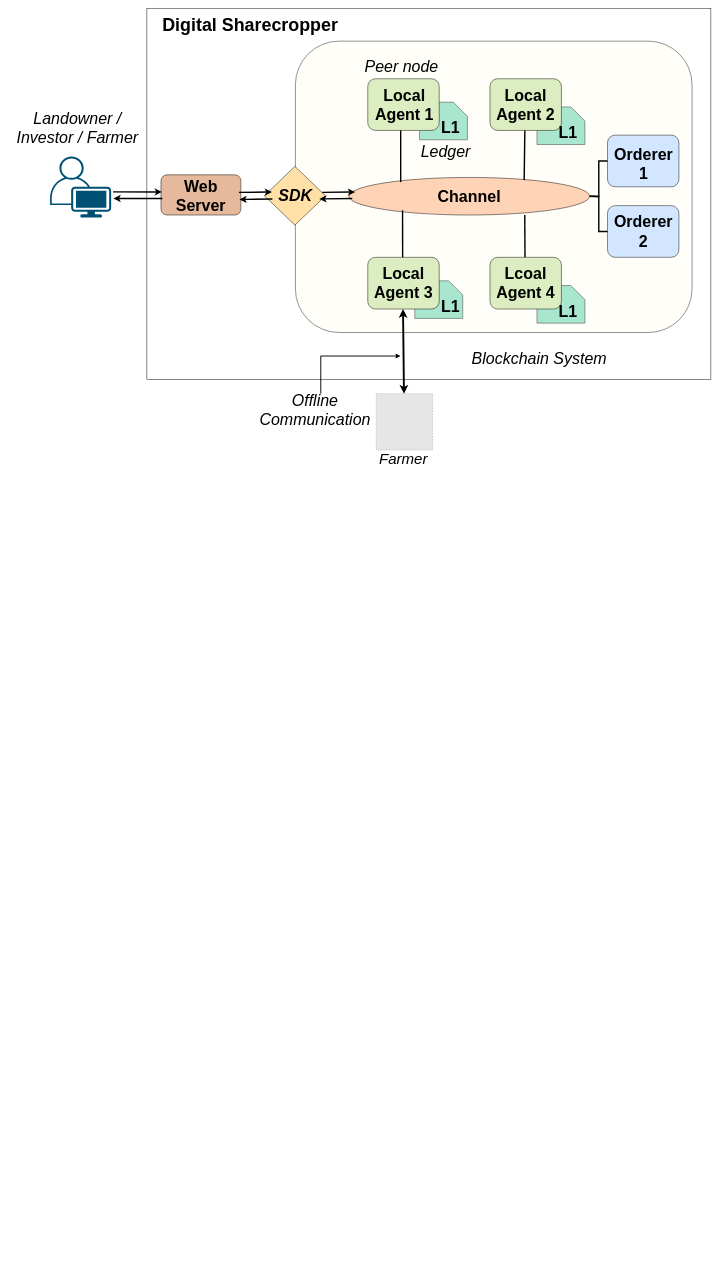
This is page "Page-2" (2 of 4) of files/Fabric-Diagrams.drawio from Arif-Shahriar028/draw.io, a draw.io file, before an edit. Source tidied: cells renumbered, new cells numbered last; positions are measured from the earlier drawing's top-left corner, leaving out a move shared by most shapes. Both pictures are drawn from the tidied source at 47%, with x=0, y=0 at pixel (8, 8). Pictures stored in the file or linked from it are replaced by grey dashed boxes.
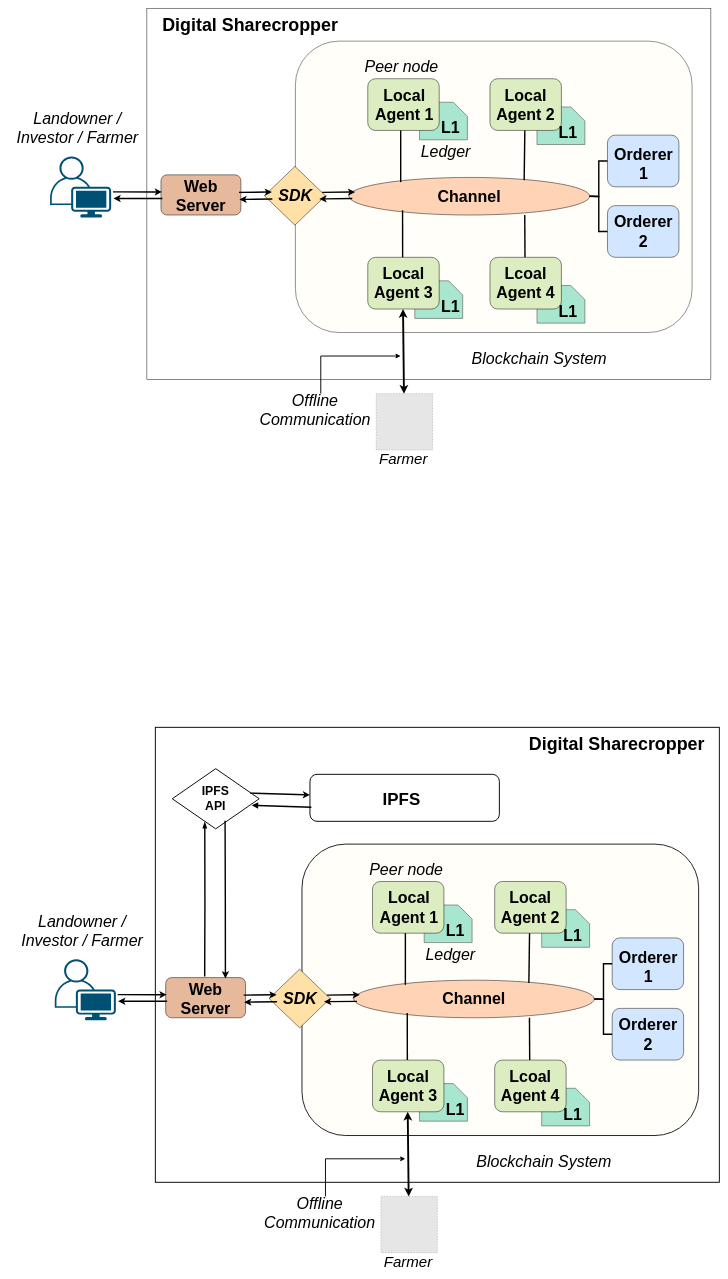
After the change.

Change to the diagram source:
```diff
@@
+    <mxCell id="53" style="rounded=0;whiteSpace=wrap;html=1;strokeWidth=2;fontStyle=2;fontSize=32;" parent="1" vertex="1">
+      <mxGeometry x="313" y="1530" width="1200" height="968" as="geometry" />
+    </mxCell>
+    <mxCell id="54" style="rounded=1;whiteSpace=wrap;html=1;fontStyle=2;fontSize=32;fillColor=#FFFEF9;fontColor=#333333;strokeColor=#1A1A1A;strokeWidth=2;" parent="1" vertex="1">
+      <mxGeometry x="625" y="1778.5" width="844" height="620" as="geometry" />
+    </mxCell>
+    <mxCell id="55" style="shape=card;whiteSpace=wrap;html=1;direction=south;fillColor=#a8e6cf;gradientColor=none;strokeColor=#333333;fontStyle=2;fontSize=34;" parent="1" vertex="1">
+      <mxGeometry x="1135" y="2298" width="102" height="80" as="geometry" />
+    </mxCell>
+    <mxCell id="56" style="shape=card;whiteSpace=wrap;html=1;direction=south;fillColor=#a8e6cf;gradientColor=none;strokeColor=#333333;fontStyle=2;fontSize=34;" parent="1" vertex="1">
+      <mxGeometry x="875" y="2288" width="102" height="80" as="geometry" />
+    </mxCell>
+    <mxCell id="57" style="shape=card;whiteSpace=wrap;html=1;direction=south;fillColor=#a8e6cf;gradientColor=none;strokeColor=#333333;fontStyle=2;fontSize=34;" parent="1" vertex="1">
+      <mxGeometry x="1135" y="1918" width="102" height="80" as="geometry" />
+    </mxCell>
+    <mxCell id="58" style="shape=card;whiteSpace=wrap;html=1;direction=south;fillColor=#a8e6cf;strokeColor=#333333;gradientColor=none;fontStyle=2;fontSize=34;" parent="1" vertex="1">
+      <mxGeometry x="885" y="1908" width="102" height="80" as="geometry" />
+    </mxCell>
+    <mxCell id="59" value="&lt;font style=&quot;font-size: 34px;&quot;&gt;Channel&lt;/font&gt;" style="ellipse;whiteSpace=wrap;html=1;fillColor=#ffd3b6;strokeColor=#000000;gradientColor=none;fontStyle=1;fontSize=34;" parent="1" vertex="1">
+      <mxGeometry x="735" y="2068" width="512" height="80" as="geometry" />
+    </mxCell>
+    <mxCell id="60" style="rounded=1;whiteSpace=wrap;html=1;fillColor=#dcedc1;fontStyle=2;fontSize=34;" parent="1" vertex="1">
+      <mxGeometry x="775" y="1858" width="152" height="110" as="geometry" />
+    </mxCell>
+    <mxCell id="61" style="rounded=1;whiteSpace=wrap;html=1;fillColor=#dcedc1;fontStyle=2;fontSize=34;" parent="1" vertex="1">
+      <mxGeometry x="1035" y="1858" width="152" height="110" as="geometry" />
+    </mxCell>
+    <mxCell id="62" style="rounded=1;whiteSpace=wrap;html=1;fillColor=#DCEDC1;fontStyle=2;fontSize=34;" parent="1" vertex="1">
+      <mxGeometry x="775" y="2238" width="152" height="110" as="geometry" />
+    </mxCell>
+    <mxCell id="63" style="rounded=1;whiteSpace=wrap;html=1;fillColor=#dcedc1;fontStyle=2;fontSize=34;" parent="1" vertex="1">
+      <mxGeometry x="1035" y="2238" width="152" height="110" as="geometry" />
+    </mxCell>
+    <mxCell id="64" style="rounded=1;whiteSpace=wrap;html=1;fillColor=#D2E7FF;strokeColor=#000000;gradientColor=none;fontStyle=2;fontSize=34;" parent="1" vertex="1">
+      <mxGeometry x="1285" y="1978" width="152" height="110" as="geometry" />
+    </mxCell>
+    <mxCell id="65" style="rhombus;whiteSpace=wrap;html=1;fillColor=#FFE1A8;gradientColor=none;strokeColor=#000000;fontStyle=2;fontSize=34;" parent="1" vertex="1">
+      <mxGeometry x="555" y="2044.5" width="130" height="125" as="geometry" />
+    </mxCell>
+    <mxCell id="66" value="&lt;font style=&quot;font-size: 34px;&quot;&gt;&lt;span style=&quot;font-size: 34px;&quot;&gt;SDK&lt;/span&gt;&lt;/font&gt;" style="text;html=1;strokeColor=none;fillColor=none;align=center;verticalAlign=middle;whiteSpace=wrap;rounded=0;fontStyle=3;fontSize=34;" parent="1" vertex="1">
+      <mxGeometry x="590" y="2092" width="62" height="30" as="geometry" />
+    </mxCell>
+    <mxCell id="67" value="&lt;font style=&quot;font-size: 34px;&quot;&gt;&lt;span style=&quot;font-size: 34px;&quot;&gt;Local Agent 1&lt;/span&gt;&lt;/font&gt;" style="text;html=1;strokeColor=none;fillColor=none;align=center;verticalAlign=middle;whiteSpace=wrap;rounded=0;fontStyle=1;fontSize=34;" parent="1" vertex="1">
+      <mxGeometry x="777" y="1898" width="152" height="30" as="geometry" />
+    </mxCell>
+    <mxCell id="68" value="&lt;font style=&quot;font-size: 34px;&quot;&gt;&lt;span style=&quot;font-size: 34px;&quot;&gt;Local Agent 2&lt;/span&gt;&lt;/font&gt;" style="text;html=1;strokeColor=none;fillColor=none;align=center;verticalAlign=middle;whiteSpace=wrap;rounded=0;fontStyle=1;fontSize=34;" parent="1" vertex="1">
+      <mxGeometry x="1045" y="1898" width="132" height="30" as="geometry" />
+    </mxCell>
+    <mxCell id="69" value="&lt;font style=&quot;font-size: 34px;&quot;&gt;&lt;span style=&quot;font-size: 34px;&quot;&gt;Local Agent 3&lt;/span&gt;&lt;/font&gt;" style="text;html=1;strokeColor=none;fillColor=none;align=center;verticalAlign=middle;whiteSpace=wrap;rounded=0;fontStyle=1;fontSize=34;" parent="1" vertex="1">
+      <mxGeometry x="785" y="2278" width="132" height="30" as="geometry" />
+    </mxCell>
+    <mxCell id="70" value="&lt;font style=&quot;font-size: 34px;&quot;&gt;&lt;span style=&quot;font-size: 34px;&quot;&gt;Lcoal Agent 4&lt;/span&gt;&lt;br style=&quot;font-size: 34px;&quot;&gt;&lt;/font&gt;" style="text;html=1;strokeColor=none;fillColor=none;align=center;verticalAlign=middle;whiteSpace=wrap;rounded=0;fontStyle=1;fontSize=34;" parent="1" vertex="1">
+      <mxGeometry x="1045" y="2278" width="132" height="30" as="geometry" />
+    </mxCell>
+    <mxCell id="71" value="&lt;span style=&quot;font-size: 34px;&quot;&gt;&lt;span style=&quot;font-size: 34px;&quot;&gt;L1&lt;/span&gt;&lt;/span&gt;" style="text;html=1;strokeColor=none;fillColor=none;align=center;verticalAlign=middle;whiteSpace=wrap;rounded=0;fontStyle=1;fontSize=34;" parent="1" vertex="1">
+      <mxGeometry x="905" y="1948" width="92" height="30" as="geometry" />
+    </mxCell>
+    <mxCell id="72" value="&lt;span style=&quot;font-size: 34px;&quot;&gt;&lt;span style=&quot;font-size: 34px;&quot;&gt;L1&lt;/span&gt;&lt;/span&gt;" style="text;html=1;strokeColor=none;fillColor=none;align=center;verticalAlign=middle;whiteSpace=wrap;rounded=0;fontStyle=1;fontSize=34;" parent="1" vertex="1">
+      <mxGeometry x="1155" y="1958" width="92" height="30" as="geometry" />
+    </mxCell>
+    <mxCell id="73" value="&lt;span style=&quot;font-size: 34px;&quot;&gt;&lt;span style=&quot;font-size: 34px;&quot;&gt;L1&lt;/span&gt;&lt;/span&gt;" style="text;html=1;strokeColor=none;fillColor=none;align=center;verticalAlign=middle;whiteSpace=wrap;rounded=0;fontStyle=1;fontSize=34;" parent="1" vertex="1">
+      <mxGeometry x="1155" y="2338" width="92" height="30" as="geometry" />
+    </mxCell>
+    <mxCell id="74" value="&lt;span style=&quot;font-size: 34px;&quot;&gt;&lt;span style=&quot;font-size: 34px;&quot;&gt;L1&lt;/span&gt;&lt;/span&gt;" style="text;html=1;strokeColor=none;fillColor=none;align=center;verticalAlign=middle;whiteSpace=wrap;rounded=0;fontStyle=1;fontSize=34;" parent="1" vertex="1">
+      <mxGeometry x="905" y="2328" width="92" height="30" as="geometry" />
+    </mxCell>
+    <mxCell id="75" value="&lt;font style=&quot;font-size: 34px;&quot;&gt;&lt;span style=&quot;font-size: 34px;&quot;&gt;Peer node&lt;/span&gt;&lt;/font&gt;" style="text;html=1;strokeColor=none;fillColor=none;align=center;verticalAlign=middle;whiteSpace=wrap;rounded=0;fontStyle=2;fontSize=34;" parent="1" vertex="1">
+      <mxGeometry x="715" y="1818" width="264" height="30" as="geometry" />
+    </mxCell>
+    <mxCell id="76" value="&lt;span style=&quot;font-size: 34px;&quot;&gt;Ledger&lt;/span&gt;" style="text;html=1;strokeColor=none;fillColor=none;align=center;verticalAlign=middle;whiteSpace=wrap;rounded=0;fontStyle=2;fontSize=34;" parent="1" vertex="1">
+      <mxGeometry x="895" y="1998" width="92" height="30" as="geometry" />
+    </mxCell>
+    <mxCell id="77" value="&lt;font style=&quot;font-size: 34px;&quot;&gt;&lt;span style=&quot;font-size: 34px;&quot;&gt;Orderer 1&lt;/span&gt;&lt;/font&gt;" style="text;html=1;strokeColor=none;fillColor=none;align=center;verticalAlign=middle;whiteSpace=wrap;rounded=0;fontStyle=1;fontSize=34;" parent="1" vertex="1">
+      <mxGeometry x="1291" y="2023.5" width="142" height="30" as="geometry" />
+    </mxCell>
+    <mxCell id="78" style="endArrow=none;html=1;rounded=0;strokeWidth=3;fontStyle=2;fontSize=34;" parent="1" edge="1">
+      <mxGeometry relative="1" as="geometry">
+        <mxPoint x="845" y="2078" as="sourcePoint" />
+        <mxPoint x="845" y="1968" as="targetPoint" />
+      </mxGeometry>
+    </mxCell>
+    <mxCell id="79" style="endArrow=none;html=1;rounded=0;strokeWidth=3;exitX=0.728;exitY=0.072;exitDx=0;exitDy=0;exitPerimeter=0;fontStyle=2;fontSize=34;" parent="1" edge="1" source="59">
+      <mxGeometry relative="1" as="geometry">
+        <mxPoint x="1109.2" y="1968" as="targetPoint" />
+      </mxGeometry>
+    </mxCell>
+    <mxCell id="80" style="endArrow=none;html=1;rounded=0;strokeWidth=3;fontStyle=2;fontSize=34;" parent="1" edge="1">
+      <mxGeometry relative="1" as="geometry">
+        <mxPoint x="849.2" y="2238" as="sourcePoint" />
+        <mxPoint x="849" y="2138" as="targetPoint" />
+      </mxGeometry>
+    </mxCell>
+    <mxCell id="81" style="endArrow=none;html=1;rounded=0;strokeWidth=3;fontStyle=2;fontSize=34;" parent="1" edge="1">
+      <mxGeometry relative="1" as="geometry">
+        <mxPoint x="1109.5" y="2238" as="sourcePoint" />
+        <mxPoint x="1109" y="2148" as="targetPoint" />
+      </mxGeometry>
+    </mxCell>
+    <mxCell id="82" value="&lt;font style=&quot;font-size: 34px;&quot;&gt;&lt;span style=&quot;font-size: 34px;&quot;&gt;Blockchain System&lt;/span&gt;&lt;/font&gt;" style="text;html=1;strokeColor=none;fillColor=none;align=center;verticalAlign=middle;whiteSpace=wrap;rounded=0;fontStyle=2;fontSize=34;" parent="1" vertex="1">
+      <mxGeometry x="991" y="2438" width="298" height="30" as="geometry" />
+    </mxCell>
+    <mxCell id="83" style="rounded=1;whiteSpace=wrap;html=1;fillColor=#e6b89c;strokeColor=#000000;fontStyle=2;fontSize=34;" parent="1" vertex="1">
+      <mxGeometry x="335" y="2062.5" width="170" height="85.5" as="geometry" />
+    </mxCell>
+    <mxCell id="84" value="&lt;font style=&quot;font-size: 34px;&quot;&gt;&lt;span style=&quot;font-size: 34px;&quot;&gt;Web Server&lt;/span&gt;&lt;/font&gt;" style="text;html=1;strokeColor=none;fillColor=none;align=center;verticalAlign=middle;whiteSpace=wrap;rounded=0;fontStyle=1;fontSize=34;" parent="1" vertex="1">
+      <mxGeometry x="344" y="2092" width="152" height="30" as="geometry" />
+    </mxCell>
+    <mxCell id="85" style="endArrow=classic;html=1;rounded=0;exitX=1;exitY=0.5;exitDx=0;exitDy=0;strokeWidth=3;fontStyle=2;fontSize=34;" parent="1" edge="1">
+      <mxGeometry relative="1" as="geometry">
+        <mxPoint x="742" y="2113" as="sourcePoint" />
+        <mxPoint x="672" y="2113.8" as="targetPoint" />
+      </mxGeometry>
+    </mxCell>
+    <mxCell id="86" style="endArrow=classic;html=1;rounded=0;exitX=1;exitY=0.5;exitDx=0;exitDy=0;strokeWidth=3;fontStyle=2;fontSize=34;" parent="1" edge="1">
+      <mxGeometry relative="1" as="geometry">
+        <mxPoint x="678" y="2099.8" as="sourcePoint" />
+        <mxPoint x="748" y="2099" as="targetPoint" />
+      </mxGeometry>
+    </mxCell>
+    <mxCell id="87" style="endArrow=classic;html=1;rounded=0;exitX=1;exitY=0.5;exitDx=0;exitDy=0;strokeWidth=3;fontStyle=2;fontSize=34;" parent="1" edge="1">
+      <mxGeometry relative="1" as="geometry">
+        <mxPoint x="501" y="2099.8" as="sourcePoint" />
+        <mxPoint x="571" y="2099" as="targetPoint" />
+      </mxGeometry>
+    </mxCell>
+    <mxCell id="88" style="endArrow=classic;html=1;rounded=0;exitX=1;exitY=0.5;exitDx=0;exitDy=0;strokeWidth=3;fontStyle=2;fontSize=34;" parent="1" edge="1">
+      <mxGeometry relative="1" as="geometry">
+        <mxPoint x="572" y="2114" as="sourcePoint" />
+        <mxPoint x="502" y="2114.8" as="targetPoint" />
+      </mxGeometry>
+    </mxCell>
+    <mxCell id="89" style="endArrow=classic;html=1;rounded=0;exitX=1;exitY=0.5;exitDx=0;exitDy=0;strokeWidth=3;fontStyle=2;fontSize=34;" parent="1" edge="1">
+      <mxGeometry relative="1" as="geometry">
+        <mxPoint x="233" y="2098.8" as="sourcePoint" />
+        <mxPoint x="337" y="2098.9" as="targetPoint" />
+      </mxGeometry>
+    </mxCell>
+    <mxCell id="90" style="endArrow=classic;html=1;rounded=0;exitX=1;exitY=0.5;exitDx=0;exitDy=0;strokeWidth=3;fontStyle=2;fontSize=34;" parent="1" edge="1">
+      <mxGeometry relative="1" as="geometry">
+        <mxPoint x="338" y="2112.9" as="sourcePoint" />
+        <mxPoint x="234" y="2112.8" as="targetPoint" />
+      </mxGeometry>
+    </mxCell>
+    <mxCell id="91" value="&lt;font style=&quot;font-size: 38px;&quot;&gt;&lt;span style=&quot;font-size: 38px;&quot;&gt;Digital Sharecropper&lt;/span&gt;&lt;/font&gt;" style="text;html=1;strokeColor=none;fillColor=none;align=center;verticalAlign=middle;whiteSpace=wrap;rounded=0;fontStyle=1;fontSize=38;" parent="1" vertex="1">
+      <mxGeometry x="1095" y="1550" width="400" height="30" as="geometry" />
+    </mxCell>
+    <mxCell id="92" style="verticalLabelPosition=bottom;sketch=0;html=1;verticalAlign=top;align=center;shape=mxgraph.cisco19.user;fillColor=#005073;strokeColor=none;fontStyle=2;fontSize=34;" parent="1" vertex="1">
+      <mxGeometry x="99" y="2023.5" width="130" height="130" as="geometry" />
+    </mxCell>
+    <mxCell id="93" value="&lt;font style=&quot;font-size: 34px;&quot;&gt;&lt;span style=&quot;font-size: 34px;&quot;&gt;Landowner / Investor / Farmer&lt;/span&gt;&lt;/font&gt;" style="text;html=1;strokeColor=none;fillColor=none;align=center;verticalAlign=middle;whiteSpace=wrap;rounded=0;fontStyle=2;fontSize=34;" parent="1" vertex="1">
+      <mxGeometry x="10" y="1948" width="295" height="30" as="geometry" />
+    </mxCell>
+    <mxCell id="94" style="fillColor=#E6E6E6;strokeColor=#999999;dashed=1;html=1;verticalAlign=top;verticalLabelPosition=bottom;labelBackgroundColor=#ffffff;fontStyle=2;fontSize=34;" parent="1" vertex="1">
+      <mxGeometry x="793" y="2528" width="120" height="120" as="geometry" />
+    </mxCell>
+    <mxCell id="95" style="endArrow=classic;startArrow=classic;html=1;rounded=0;exitX=0.5;exitY=0;exitDx=0;exitDy=0;strokeWidth=4;fontStyle=2;fontSize=34;" parent="1" edge="1">
+      <mxGeometry relative="1" as="geometry">
+        <mxPoint x="852" y="2528" as="sourcePoint" />
+        <mxPoint x="850" y="2348" as="targetPoint" />
+      </mxGeometry>
+    </mxCell>
+    <mxCell id="96" style="edgeStyle=orthogonalEdgeStyle;rounded=0;orthogonalLoop=1;jettySize=auto;html=1;strokeWidth=2;fontStyle=2;fontSize=34;" parent="1" edge="1">
+      <mxGeometry relative="1" as="geometry">
+        <mxPoint x="675" y="2528" as="sourcePoint" />
+        <mxPoint x="845" y="2448" as="targetPoint" />
+        <Array as="points">
+          <mxPoint x="675" y="2448" />
+        </Array>
+      </mxGeometry>
+    </mxCell>
+    <mxCell id="97" value="&lt;font style=&quot;font-size: 34px;&quot;&gt;&lt;span style=&quot;font-size: 34px;&quot;&gt;Offline Communication&lt;/span&gt;&lt;/font&gt;" style="text;html=1;strokeColor=none;fillColor=none;align=center;verticalAlign=middle;whiteSpace=wrap;rounded=0;fontStyle=2;fontSize=34;" parent="1" vertex="1">
+      <mxGeometry x="533" y="2548" width="260" height="30" as="geometry" />
+    </mxCell>
+    <mxCell id="98" value="&lt;font style=&quot;font-size: 32px;&quot;&gt;&lt;span style=&quot;font-size: 32px;&quot;&gt;Farmer&lt;/span&gt;&lt;/font&gt;" style="text;html=1;strokeColor=none;fillColor=none;align=center;verticalAlign=middle;whiteSpace=wrap;rounded=0;fontStyle=2;fontSize=32;" parent="1" vertex="1">
+      <mxGeometry x="821" y="2653" width="60" height="30" as="geometry" />
+    </mxCell>
+    <mxCell id="99" style="rounded=1;whiteSpace=wrap;html=1;fillColor=#d2e7ff;strokeColor=#000000;gradientColor=none;fontStyle=2;fontSize=34;" parent="1" vertex="1">
+      <mxGeometry x="1285" y="2128" width="152" height="110" as="geometry" />
+    </mxCell>
+    <mxCell id="100" value="&lt;font style=&quot;font-size: 34px;&quot;&gt;&lt;span style=&quot;font-size: 34px;&quot;&gt;Orderer 2&lt;/span&gt;&lt;/font&gt;" style="text;html=1;strokeColor=none;fillColor=none;align=center;verticalAlign=middle;whiteSpace=wrap;rounded=0;fontStyle=1;fontSize=34;" parent="1" vertex="1">
+      <mxGeometry x="1289.5" y="2168" width="143" height="30" as="geometry" />
+    </mxCell>
+    <mxCell id="101" style="endArrow=none;html=1;rounded=0;edgeStyle=orthogonalEdgeStyle;entryX=0;entryY=0.5;entryDx=0;entryDy=0;strokeWidth=3;fontSize=34;fontStyle=2;" parent="1" edge="1" target="99">
+      <mxGeometry relative="1" as="geometry">
+        <mxPoint x="1247" y="2108" as="sourcePoint" />
+      </mxGeometry>
+    </mxCell>
+    <mxCell id="102" style="endArrow=none;html=1;rounded=0;edgeStyle=orthogonalEdgeStyle;entryX=0;entryY=0.5;entryDx=0;entryDy=0;strokeWidth=3;fontSize=34;fontStyle=2;" parent="1" edge="1" target="64">
+      <mxGeometry relative="1" as="geometry">
+        <mxPoint x="1247" y="2108" as="sourcePoint" />
+      </mxGeometry>
+    </mxCell>
+    <mxCell id="103" style="edgeStyle=orthogonalEdgeStyle;rounded=0;orthogonalLoop=1;jettySize=auto;html=1;exitX=0.5;exitY=1;exitDx=0;exitDy=0;fontSize=34;" parent="1" edge="1" source="93" target="93">
+      <mxGeometry relative="1" as="geometry" />
+    </mxCell>
+    <mxCell id="104" style="rounded=1;whiteSpace=wrap;html=1;strokeWidth=2;" parent="1" vertex="1">
+      <mxGeometry x="642" y="1630" width="403" height="100" as="geometry" />
+    </mxCell>
+    <mxCell id="105" style="rhombus;whiteSpace=wrap;html=1;strokeWidth=2;" parent="1" vertex="1">
+      <mxGeometry x="349" y="1618" width="185" height="128" as="geometry" />
+    </mxCell>
+    <mxCell id="106" value="&lt;font size=&quot;1&quot; style=&quot;&quot;&gt;&lt;b style=&quot;font-size: 26px;&quot;&gt;IPFS API&lt;/b&gt;&lt;/font&gt;" style="text;html=1;strokeColor=none;fillColor=none;align=center;verticalAlign=middle;whiteSpace=wrap;rounded=0;" parent="1" vertex="1">
+      <mxGeometry x="410.5" y="1646" width="60" height="70" as="geometry" />
+    </mxCell>
+    <mxCell id="107" value="&lt;font size=&quot;1&quot; style=&quot;&quot;&gt;&lt;b style=&quot;font-size: 36px;&quot;&gt;IPFS&lt;/b&gt;&lt;/font&gt;" style="text;html=1;strokeColor=none;fillColor=none;align=center;verticalAlign=middle;whiteSpace=wrap;rounded=0;" parent="1" vertex="1">
+      <mxGeometry x="807" y="1667" width="60" height="30" as="geometry" />
+    </mxCell>
+    <mxCell id="108" style="edgeStyle=orthogonalEdgeStyle;rounded=0;jettySize=auto;html=1;entryX=0.374;entryY=0.885;entryDx=0;entryDy=0;entryPerimeter=0;strokeWidth=3;endArrow=blockThin;endFill=1;" parent="1" edge="1" target="105">
+      <mxGeometry relative="1" as="geometry">
+        <mxPoint x="418" y="2060" as="sourcePoint" />
+      </mxGeometry>
+    </mxCell>
+    <mxCell id="109" style="edgeStyle=orthogonalEdgeStyle;rounded=0;orthogonalLoop=1;jettySize=auto;html=1;entryX=0.624;entryY=-0.131;entryDx=0;entryDy=0;entryPerimeter=0;strokeWidth=3;" parent="1" edge="1">
+      <mxGeometry relative="1" as="geometry">
+        <mxPoint x="461.4" y="1729" as="sourcePoint" />
+        <mxPoint x="462.1" y="2064.3" as="targetPoint" />
+      </mxGeometry>
+    </mxCell>
+    <mxCell id="110" style="endArrow=classic;html=1;rounded=0;strokeWidth=3;" parent="1" edge="1" target="104">
+      <mxGeometry relative="1" as="geometry">
+        <mxPoint x="515" y="1670" as="sourcePoint" />
+      </mxGeometry>
+    </mxCell>
+    <mxCell id="111" style="endArrow=none;html=1;rounded=0;strokeWidth=3;startArrow=block;startFill=1;endFill=0;" parent="1" edge="1">
+      <mxGeometry relative="1" as="geometry">
+        <mxPoint x="518" y="1696" as="sourcePoint" />
+        <mxPoint x="645" y="1700" as="targetPoint" />
+      </mxGeometry>
+    </mxCell>
```
